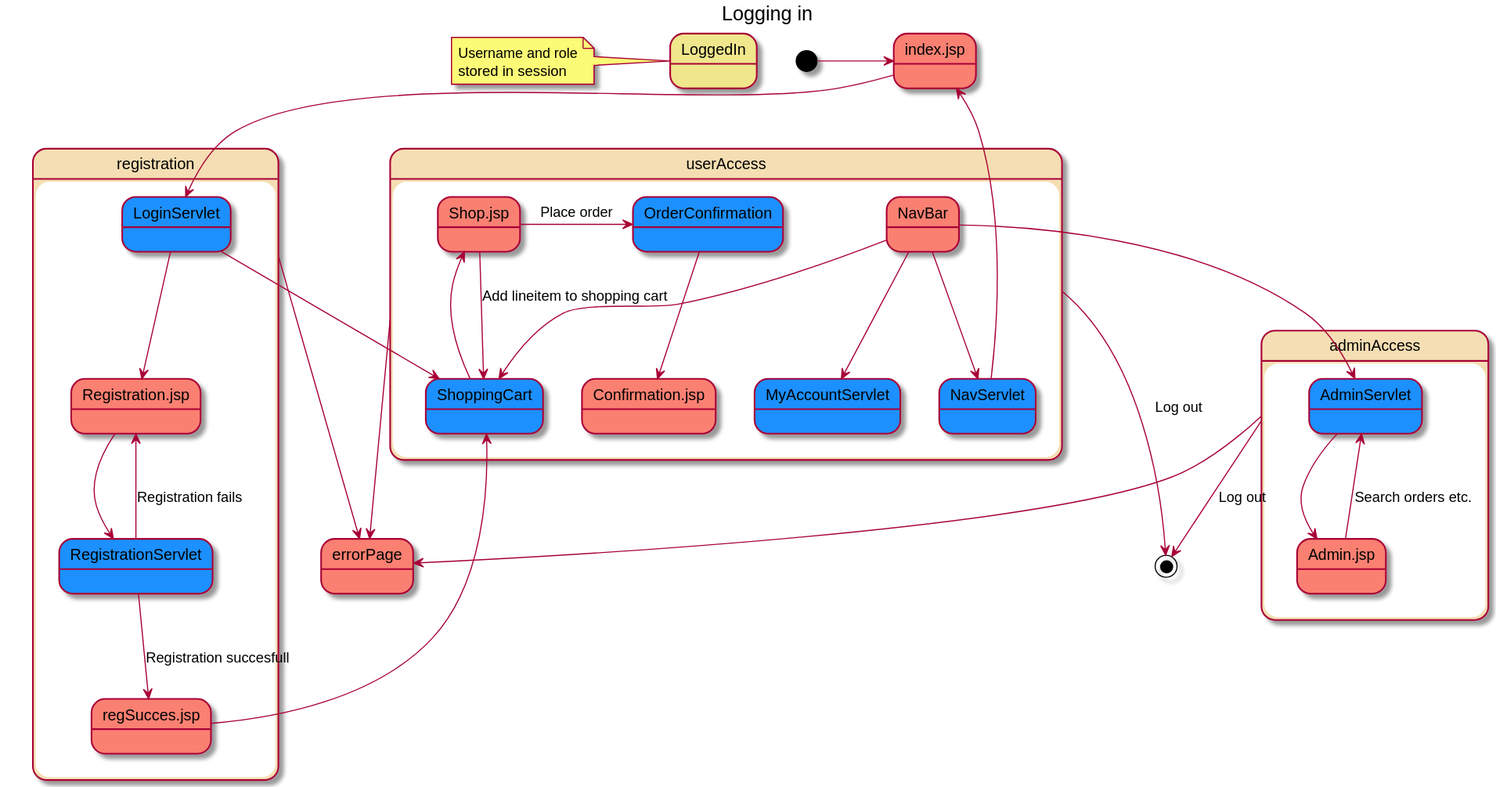
DATboiss/CupcakeWebshop keeps this PlantUML diagram as Diagrams/State.svg. Above is the earlier version.
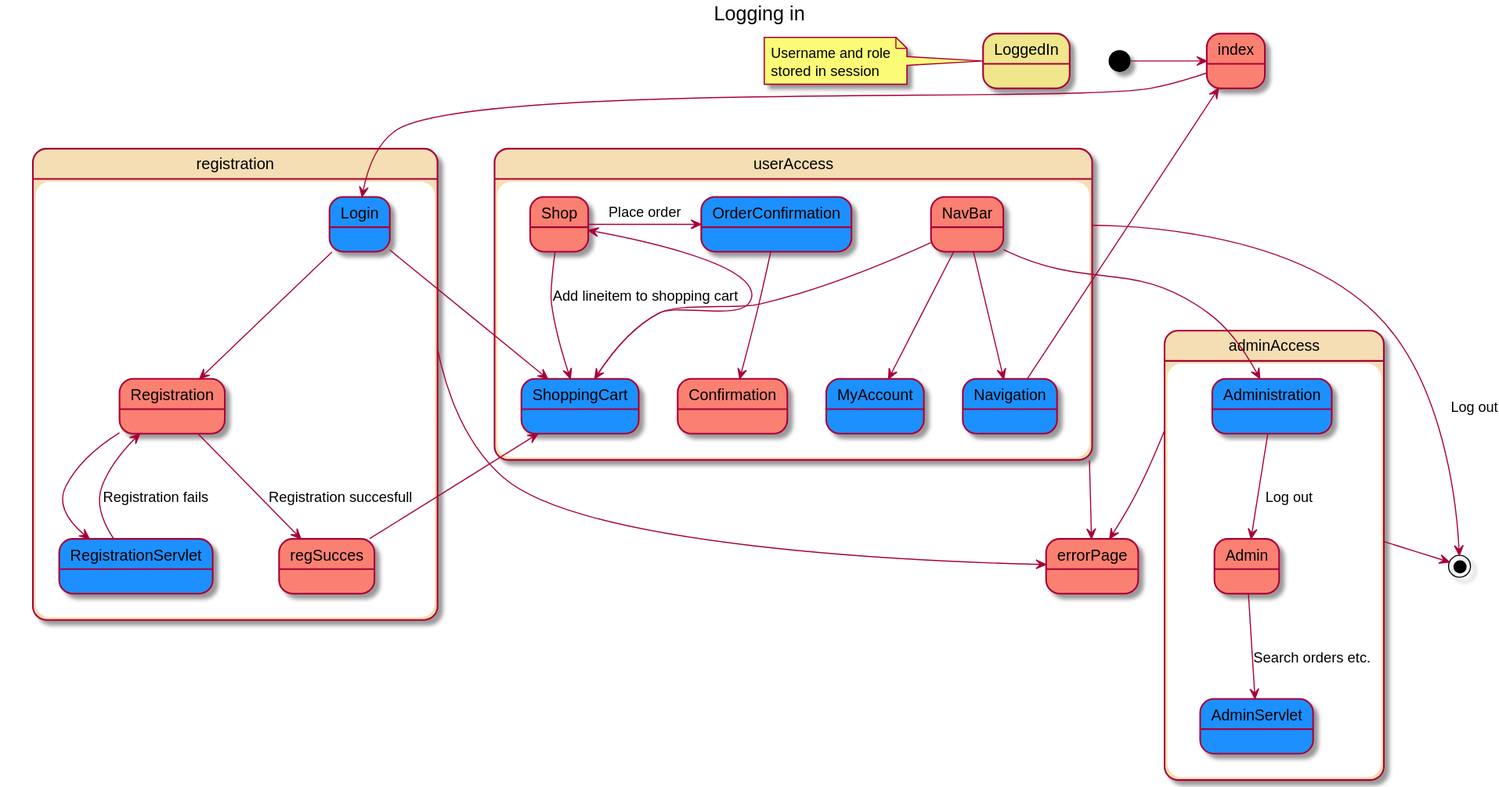
Above is the later version.

Commit message:
Fik gemt state diagram som svg og png

The edit, as a diff of the source:
```diff
@@ -9,36 +9,35 @@
 stored in session
 end note
 
-[*] -> index.jsp
+[*] -> index
 
 state registration #Wheat {
-
-index.jsp #Salmon --> LoginServlet #DodgerBlue
-LoginServlet --> Registration.jsp #Salmon
-Registration.jsp --> RegistrationServlet #DodgerBlue
-RegistrationServlet --> Registration.jsp : Registration fails
-RegistrationServlet --> regSucces.jsp #Salmon  : Registration succesfull
+index #Salmon -> Login #DodgerBlue
+Login --> Registration #Salmon
+Registration --> RegistrationServlet #DodgerBlue
+RegistrationServlet --> Registration : Registration fails
+Registration --> regSucces #Salmon  : Registration succesfull
 }
 
 state userAccess #Wheat {
-LoginServlet #DodgerBlue --> ShoppingCart #DodgerBlue
-regSucces.jsp #Salmon --> ShoppingCart
-ShoppingCart --> Shop.jsp
-Shop.jsp #Salmon --> ShoppingCart : Add lineitem to shopping cart
-Shop.jsp -> OrderConfirmation : Place order
-OrderConfirmation #DodgerBlue --> Confirmation.jsp #Salmon
+Login #DodgerBlue --> ShoppingCart #DodgerBlue
+regSucces #Salmon --> ShoppingCart
+ShoppingCart --> Shop
+Shop #Salmon --> ShoppingCart : Add lineitem to shopping cart
+Shop -> OrderConfirmation : Place order
+OrderConfirmation #DodgerBlue --> Confirmation #Salmon
 
-NavBar #Salmon --> NavServlet #DodgerBlue
-NavServlet --> index.jsp
-NavBar --> MyAccountServlet #DodgerBlue
+NavBar #Salmon --> Navigation #DodgerBlue
+Navigation -> index
+NavBar --> MyAccount #DodgerBlue
 NavBar --> ShoppingCart
 
 }
 
 state adminAccess #Wheat {
-NavBar --> AdminServlet #DodgerBlue
-AdminServlet --> Admin.jsp
-Admin.jsp #Salmon --> AdminServlet : Search orders etc.
+NavBar -> Administration #DodgerBlue
+Administration --> Admin
+Admin #Salmon --> AdminServlet #DodgerBlue : Search orders etc.
 }
 
 userAccess --> [*] : Log out
```
